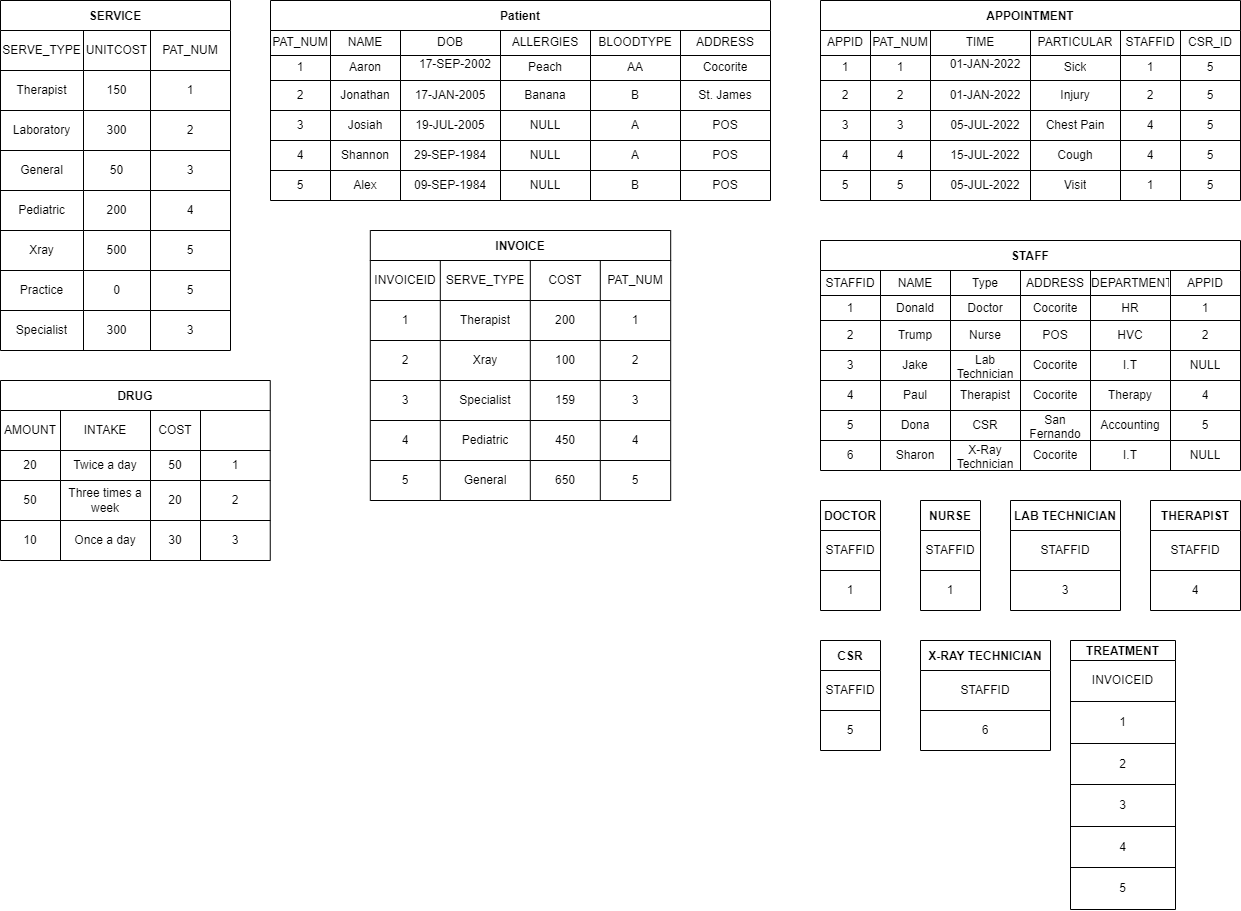
The draw.io diagram documents/Diagrams/Relational Model.png in A-Hazzard/DRGNSTUDIO, before a commit. Source tidied: cells renumbered, new cells last; positions are measured from the earlier drawing's top-left corner, leaving out a move shared by most shapes.
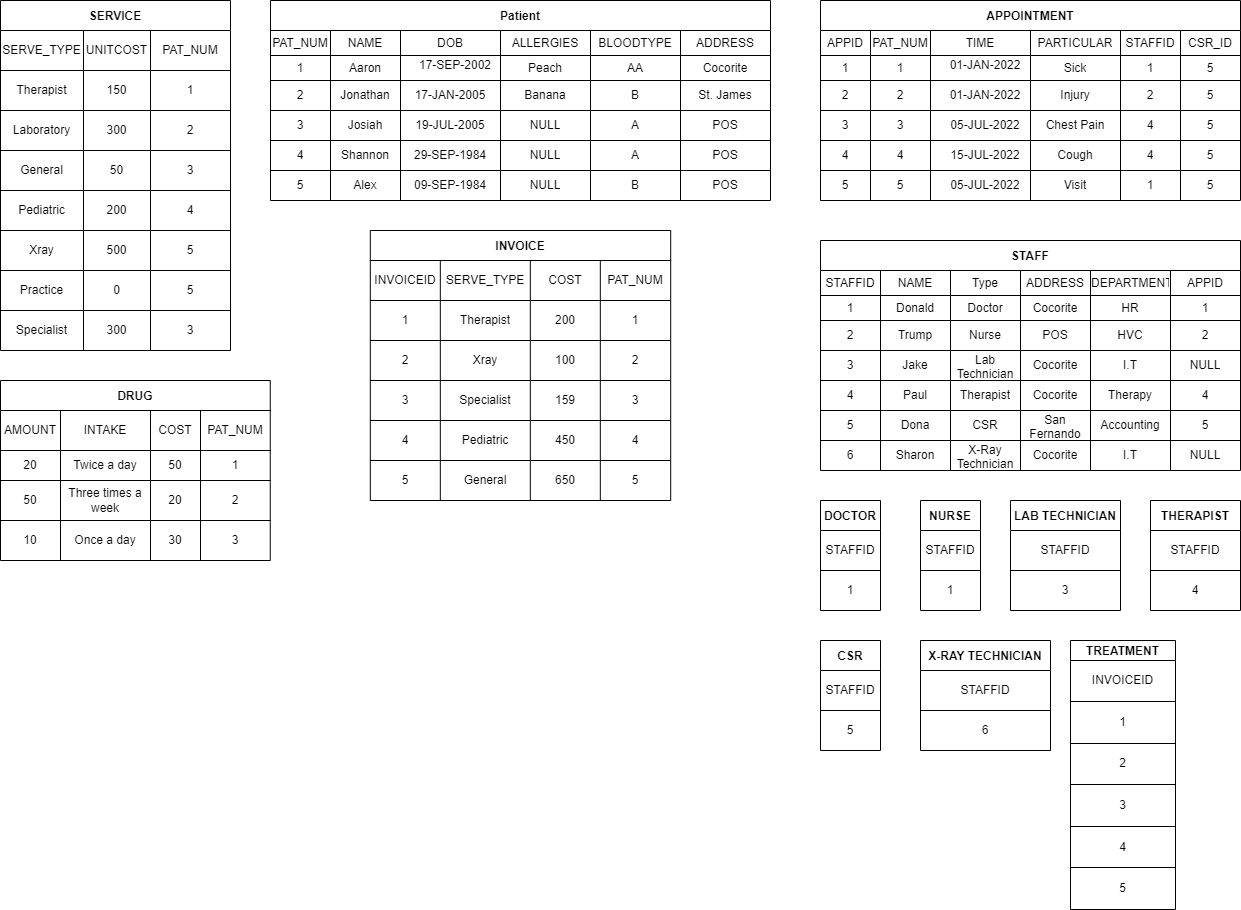
After the commit.

Commit message:
Fixed Relational Model

Diff of the diagram source:
```diff
@@ -614,7 +614,7 @@
     <mxCell id="205" value="COST" style="shape=partialRectangle;html=1;whiteSpace=wrap;fillColor=none;top=0;left=0;bottom=0;right=0;overflow=hidden;labelBackgroundColor=#FFFFFF;" parent="202" vertex="1">
       <mxGeometry x="150" width="50" height="40" as="geometry" />
     </mxCell>
-    <mxCell id="206" style="shape=partialRectangle;html=1;whiteSpace=wrap;fillColor=none;top=0;left=0;bottom=0;right=0;overflow=hidden;labelBackgroundColor=#FFFFFF;" parent="202" vertex="1">
+    <mxCell id="206" value="PAT_NUM" style="shape=partialRectangle;html=1;whiteSpace=wrap;fillColor=none;top=0;left=0;bottom=0;right=0;overflow=hidden;labelBackgroundColor=#FFFFFF;" parent="202" vertex="1">
       <mxGeometry x="200" width="70" height="40" as="geometry" />
     </mxCell>
     <mxCell id="207" style="shape=tableRow;horizontal=0;startSize=0;swimlaneHead=0;swimlaneBody=0;top=0;left=0;bottom=0;right=0;fillColor=none;labelBackgroundColor=#FFFFFF;" parent="201" vertex="1">
```
